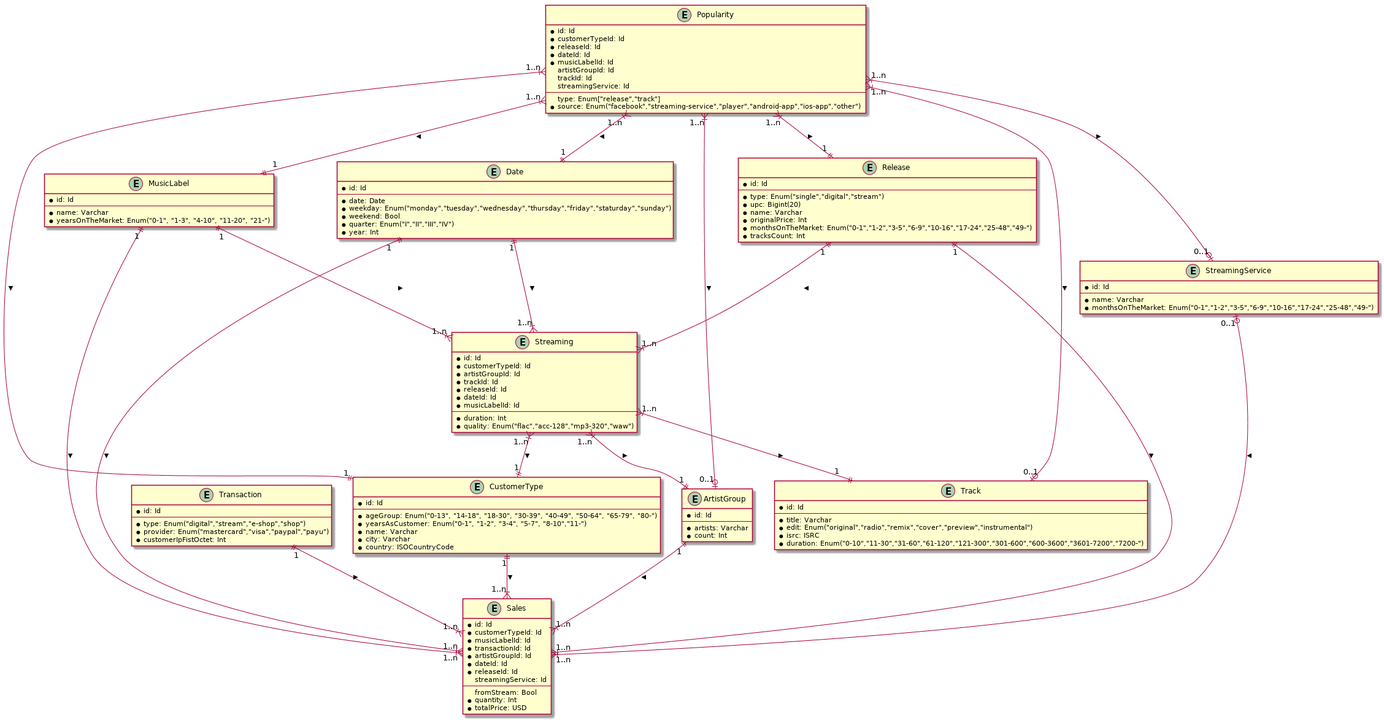
The PlantUML diagram docs/hurtownia/hurtownia.png in k911/zbd-schema-usa, before a commit.
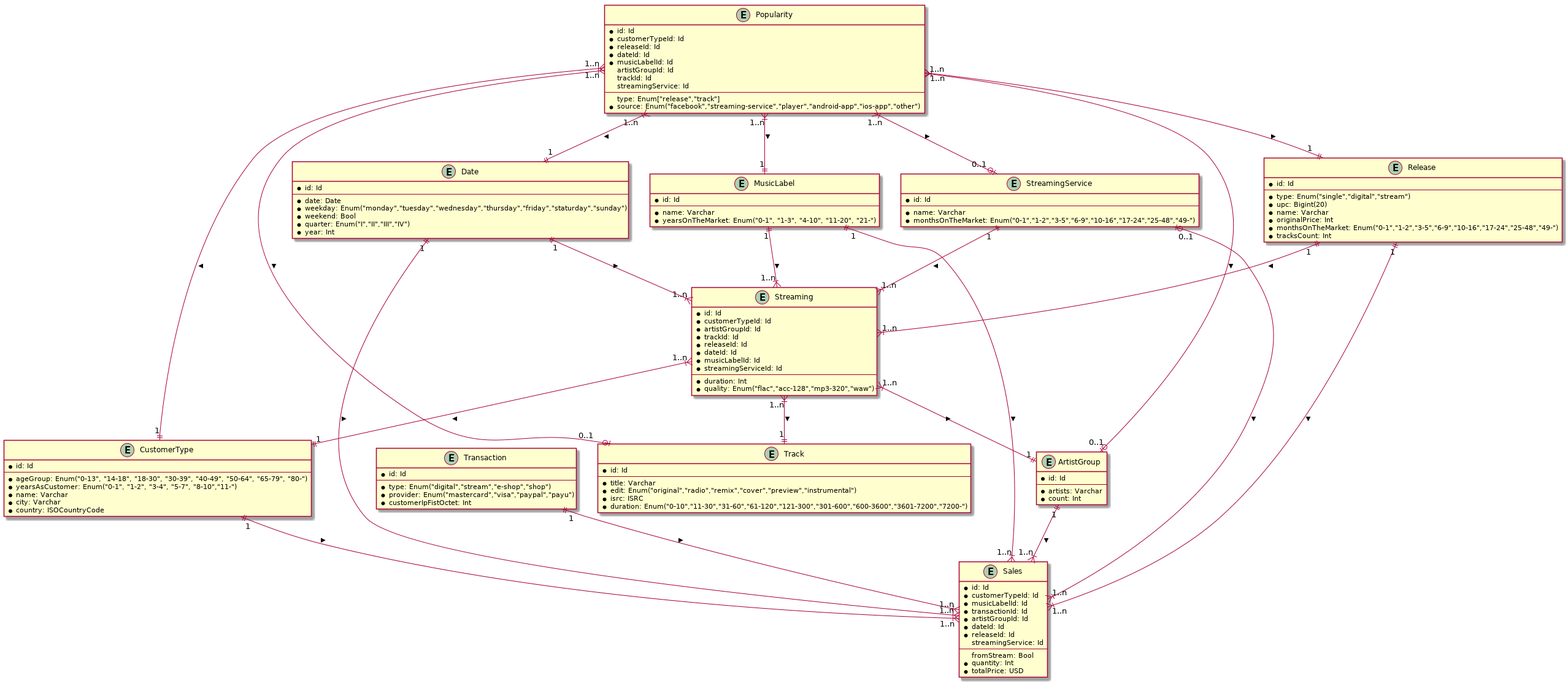
After the change.

Commit message:
fix(warehouse): Add StreamingService<->Streaming relation

Change to the diagram source:
```diff
@@ -100,6 +100,7 @@
     *releaseId: Id
     *dateId: Id
     *musicLabelId: Id
+    *streamingServiceId: Id
     --
     *duration: Int
     *quality: Enum("flac","acc-128","mp3-320","waw")
@@ -111,6 +112,7 @@
 Release "1" ||--|{ "1..n" Streaming:>
 Date "1" ||--|{ "1..n" Streaming:>
 MusicLabel "1" ||--|{ "1..n" Streaming:>
+StreamingService "1" ||--|{ "1..n" Streaming:>
 
 entity Popularity {
     *id: Id
```
